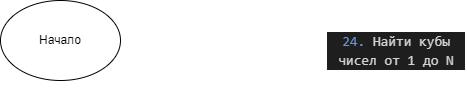
Earlier version of the draw.io export Ex024/diagramma.drawio.png (dvmax1984/seminar3). Source tidied: cells renumbered, new cells last; positions are measured from the earlier drawing's top-left corner, leaving out a move shared by most shapes. Source of this version:
```xml
<mxGraphModel>
  <root>
    <mxCell id="0" />
    <mxCell id="1" parent="0" />
    <mxCell id="2" value="&lt;div style=&quot;color: rgb(212, 212, 212); background-color: rgb(30, 30, 30); font-family: Consolas, &amp;quot;Courier New&amp;quot;, monospace; font-size: 14px; line-height: 19px;&quot;&gt;&lt;span style=&quot;color: #6796e6;&quot;&gt;24.&lt;/span&gt; Найти кубы чисел от 1 до N&lt;/div&gt;" style="text;strokeColor=none;align=center;fillColor=none;html=1;verticalAlign=middle;whiteSpace=wrap;rounded=0;" parent="1" vertex="1">
      <mxGeometry x="326" y="10" width="140" height="80" as="geometry" />
    </mxCell>
    <mxCell id="3" value="Начало" style="ellipse;whiteSpace=wrap;html=1;" parent="1" vertex="1">
      <mxGeometry width="120" height="80" as="geometry" />
    </mxCell>
  </root>
</mxGraphModel>
```
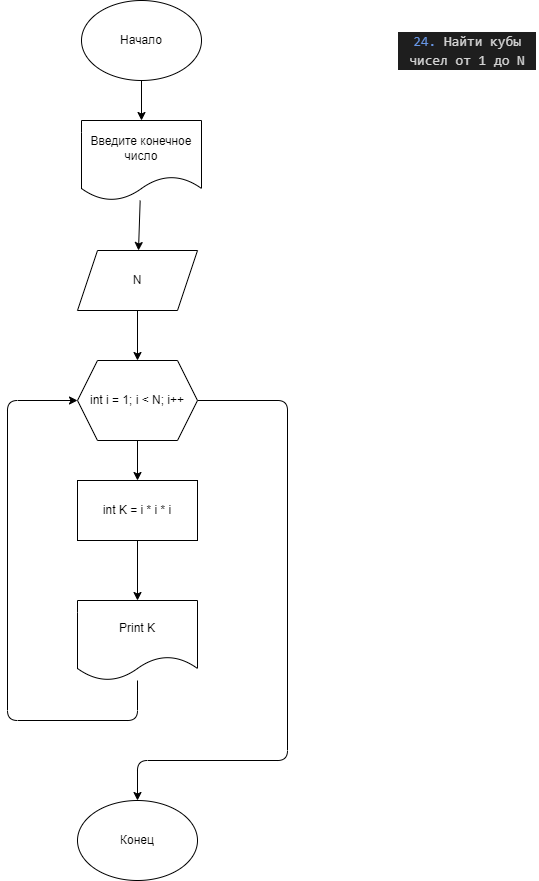
After the commit.

Change to the diagram source:
```diff
@@ -3,10 +3,61 @@
     <mxCell id="0" />
     <mxCell id="1" parent="0" />
     <mxCell id="2" value="&lt;div style=&quot;color: rgb(212, 212, 212); background-color: rgb(30, 30, 30); font-family: Consolas, &amp;quot;Courier New&amp;quot;, monospace; font-size: 14px; line-height: 19px;&quot;&gt;&lt;span style=&quot;color: #6796e6;&quot;&gt;24.&lt;/span&gt; Найти кубы чисел от 1 до N&lt;/div&gt;" style="text;strokeColor=none;align=center;fillColor=none;html=1;verticalAlign=middle;whiteSpace=wrap;rounded=0;" parent="1" vertex="1">
-      <mxGeometry x="326" y="10" width="140" height="80" as="geometry" />
+      <mxGeometry x="316" y="10" width="140" height="80" as="geometry" />
     </mxCell>
+    <mxCell id="4" style="edgeStyle=none;html=1;entryX=0.5;entryY=0;entryDx=0;entryDy=0;" parent="1" edge="1" source="3" target="11">
+      <mxGeometry relative="1" as="geometry" />
+    </mxCell>
     <mxCell id="3" value="Начало" style="ellipse;whiteSpace=wrap;html=1;" parent="1" vertex="1">
       <mxGeometry width="120" height="80" as="geometry" />
     </mxCell>
+    <mxCell id="5" style="edgeStyle=none;html=1;" parent="1" edge="1" source="7" target="9">
+      <mxGeometry relative="1" as="geometry" />
+    </mxCell>
+    <mxCell id="6" style="edgeStyle=orthogonalEdgeStyle;html=1;exitX=1;exitY=0.5;exitDx=0;exitDy=0;entryX=0.5;entryY=0;entryDx=0;entryDy=0;" parent="1" edge="1" source="7" target="16">
+      <mxGeometry relative="1" as="geometry">
+        <Array as="points">
+          <mxPoint x="206" y="400" />
+          <mxPoint x="206" y="760" />
+          <mxPoint x="56" y="760" />
+        </Array>
+      </mxGeometry>
+    </mxCell>
+    <mxCell id="7" value="int i = 1; i &amp;lt; N; i++" style="shape=hexagon;perimeter=hexagonPerimeter2;whiteSpace=wrap;html=1;fixedSize=1;" parent="1" vertex="1">
+      <mxGeometry x="-4" y="360" width="120" height="80" as="geometry" />
+    </mxCell>
+    <mxCell id="8" style="edgeStyle=none;html=1;" parent="1" edge="1" source="9" target="15">
+      <mxGeometry relative="1" as="geometry" />
+    </mxCell>
+    <mxCell id="9" value="int K = i * i * i" style="rounded=0;whiteSpace=wrap;html=1;" parent="1" vertex="1">
+      <mxGeometry x="-4" y="480" width="120" height="60" as="geometry" />
+    </mxCell>
+    <mxCell id="10" style="edgeStyle=none;html=1;" parent="1" edge="1" source="11" target="13">
+      <mxGeometry relative="1" as="geometry" />
+    </mxCell>
+    <mxCell id="11" value="Введите конечное число" style="shape=document;whiteSpace=wrap;html=1;boundedLbl=1;" parent="1" vertex="1">
+      <mxGeometry y="120" width="120" height="80" as="geometry" />
+    </mxCell>
+    <mxCell id="12" style="edgeStyle=none;html=1;" parent="1" edge="1" source="13" target="7">
+      <mxGeometry relative="1" as="geometry" />
+    </mxCell>
+    <mxCell id="13" value="N" style="shape=parallelogram;perimeter=parallelogramPerimeter;whiteSpace=wrap;html=1;fixedSize=1;" parent="1" vertex="1">
+      <mxGeometry x="-4" y="250" width="120" height="60" as="geometry" />
+    </mxCell>
+    <mxCell id="14" style="edgeStyle=orthogonalEdgeStyle;html=1;entryX=0;entryY=0.5;entryDx=0;entryDy=0;" parent="1" edge="1" source="15" target="7">
+      <mxGeometry relative="1" as="geometry">
+        <Array as="points">
+          <mxPoint x="56" y="720" />
+          <mxPoint x="-74" y="720" />
+          <mxPoint x="-74" y="400" />
+        </Array>
+      </mxGeometry>
+    </mxCell>
+    <mxCell id="15" value="Print K" style="shape=document;whiteSpace=wrap;html=1;boundedLbl=1;" parent="1" vertex="1">
+      <mxGeometry x="-4" y="600" width="120" height="80" as="geometry" />
+    </mxCell>
+    <mxCell id="16" value="Конец" style="ellipse;whiteSpace=wrap;html=1;" parent="1" vertex="1">
+      <mxGeometry x="-4" y="800" width="120" height="80" as="geometry" />
+    </mxCell>
   </root>
 </mxGraphModel>
```
